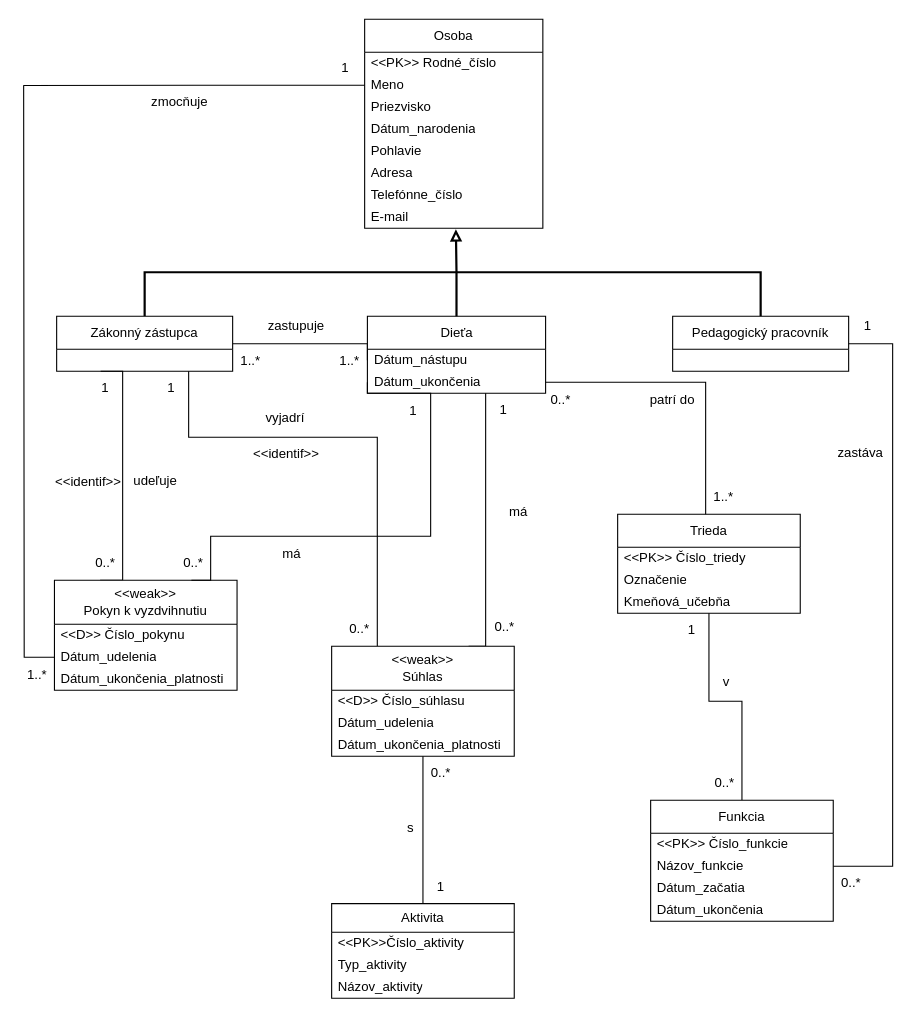
Above: part1/partial/ERD .drawio in Doly02/ids-proj (draw.io), before the change. Source tidied: cells renumbered, new cells numbered last; positions are measured from the earlier drawing's top-left corner, leaving out a move shared by most shapes. Both pictures are drawn from the tidied source at 110%, with x=0, y=0 at pixel (19, 19).
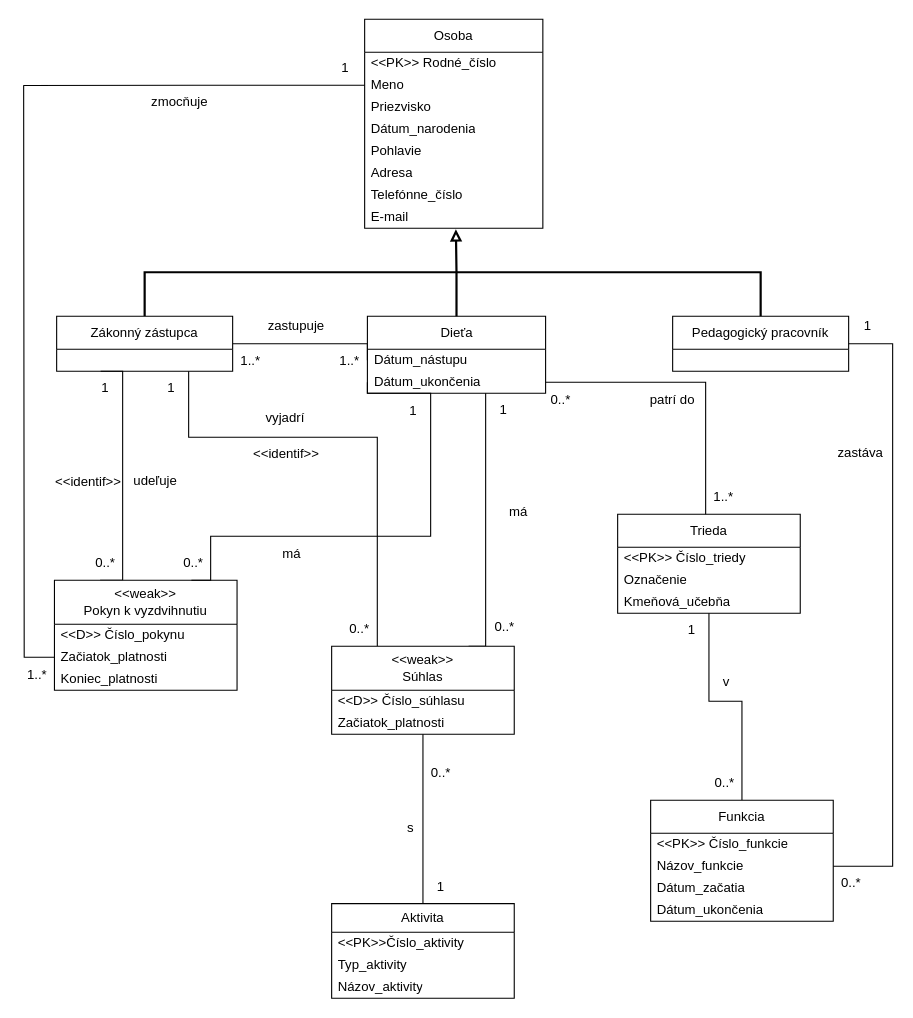
After the change.

Commit message (it also covers changes not shown here):
Change names of attributes in ERD and update merged IDS_part1.pdf

Unchanged cells that the change refers to:
```xml
<mxCell id="8" value="&amp;lt;&amp;lt;weak&amp;gt;&amp;gt;&lt;br&gt;Pokyn k vyzdvihnutiu" style="swimlane;fontStyle=0;horizontal=1;startSize=40;whiteSpace=wrap;html=1;" parent="1" vertex="1">
  <mxGeometry x="32" y="510" width="166" height="100" as="geometry" />
</mxCell>
```

Diff of the diagram source:
```diff
@@
-    <mxCell id="11" value="Dátum_udelenia" style="text;strokeColor=none;fillColor=none;align=left;verticalAlign=middle;spacingLeft=4;spacingRight=4;overflow=hidden;points=[[0,0.5],[1,0.5]];portConstraint=eastwest;whiteSpace=wrap;html=1;" parent="8" vertex="1">
+    <mxCell id="11" value="Začiatok_platnosti" style="text;strokeColor=none;fillColor=none;align=left;verticalAlign=middle;spacingLeft=4;spacingRight=4;overflow=hidden;points=[[0,0.5],[1,0.5]];portConstraint=eastwest;whiteSpace=wrap;html=1;" parent="8" vertex="1">
       <mxGeometry y="60" width="166" height="20" as="geometry" />
     </mxCell>
-    <mxCell id="12" value="Dátum_ukončenia_platnosti" style="text;strokeColor=none;fillColor=none;align=left;verticalAlign=middle;spacingLeft=4;spacingRight=4;overflow=hidden;whiteSpace=wrap;html=1;" parent="8" vertex="1">
+    <mxCell id="12" value="Koniec_platnosti" style="text;strokeColor=none;fillColor=none;align=left;verticalAlign=middle;spacingLeft=4;spacingRight=4;overflow=hidden;whiteSpace=wrap;html=1;" parent="8" vertex="1">
       <mxGeometry y="80" width="166" height="20" as="geometry" />
     </mxCell>
@@
     <mxCell id="34" value="&amp;lt;&amp;lt;weak&amp;gt;&amp;gt;&lt;br&gt;Súhlas" style="swimlane;fontStyle=0;horizontal=1;startSize=40;whiteSpace=wrap;html=1;" parent="1" vertex="1">
-      <mxGeometry x="284" y="570" width="166" height="100" as="geometry" />
+      <mxGeometry x="284" y="570" width="166" height="80" as="geometry" />
     </mxCell>
@@
-    <mxCell id="36" value="Dátum_udelenia" style="text;strokeColor=none;fillColor=none;align=left;verticalAlign=middle;spacingLeft=4;spacingRight=4;overflow=hidden;whiteSpace=wrap;html=1;" parent="34" vertex="1">
+    <mxCell id="36" value="Začiatok_platnosti" style="text;strokeColor=none;fillColor=none;align=left;verticalAlign=middle;spacingLeft=4;spacingRight=4;overflow=hidden;whiteSpace=wrap;html=1;" parent="34" vertex="1">
       <mxGeometry y="60" width="166" height="20" as="geometry" />
     </mxCell>
-    <mxCell id="37" value="Dátum_ukončenia_platnosti" style="text;strokeColor=none;fillColor=none;align=left;verticalAlign=middle;spacingLeft=4;spacingRight=4;overflow=hidden;whiteSpace=wrap;html=1;" parent="34" vertex="1">
-      <mxGeometry y="80" width="166" height="20" as="geometry" />
-    </mxCell>
```
